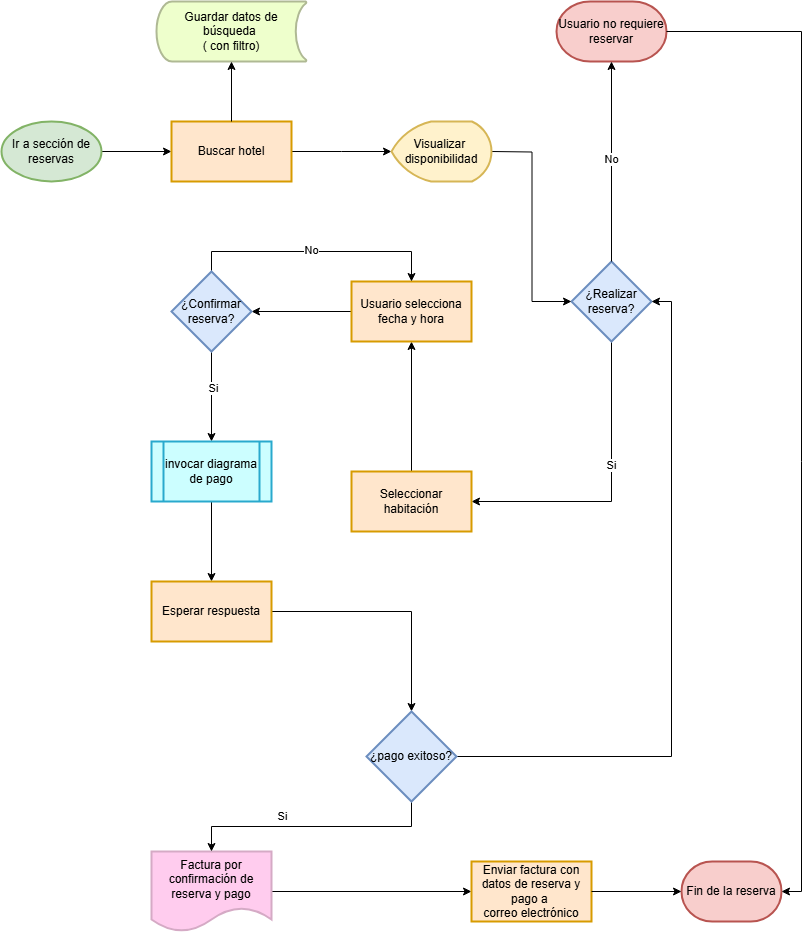
The draw.io diagram Flujograma de reserva de habitación.drawio.png in DjGuetta/App-Hotel-Management, before a commit. Source tidied: cells renumbered, new cells last; positions are measured from the earlier drawing's top-left corner, leaving out a move shared by most shapes.
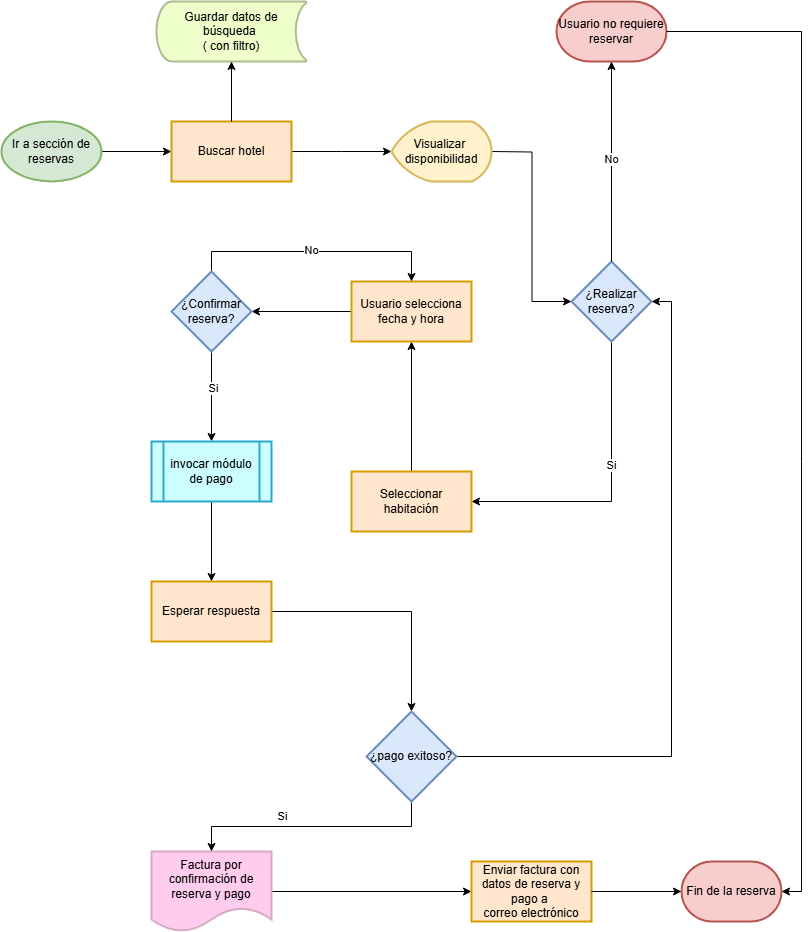
After the change.

Diff of the diagram source:
```diff
@@ -78,7 +78,7 @@
     <mxCell id="22" style="edgeStyle=orthogonalEdgeStyle;rounded=0;jettySize=auto;html=1;" parent="1" edge="1" source="23" target="32">
       <mxGeometry relative="1" as="geometry" />
     </mxCell>
-    <mxCell id="23" value="invocar diagrama de pago" style="shape=process;whiteSpace=wrap;html=1;backgroundOutline=1;strokeWidth=2;fillColor=#CCFEFF;strokeColor=#29A9CD;" parent="1" vertex="1">
+    <mxCell id="23" value="invocar módulo de pago" style="shape=process;whiteSpace=wrap;html=1;backgroundOutline=1;strokeWidth=2;fillColor=#CCFEFF;strokeColor=#29A9CD;" parent="1" vertex="1">
       <mxGeometry x="150" y="440" width="120" height="60" as="geometry" />
     </mxCell>
     <mxCell id="24" value="Fin de la reserva" style="strokeWidth=2;html=1;shape=mxgraph.flowchart.terminator;whiteSpace=wrap;fillColor=#f8cecc;strokeColor=#b85450;" parent="1" vertex="1">
```
